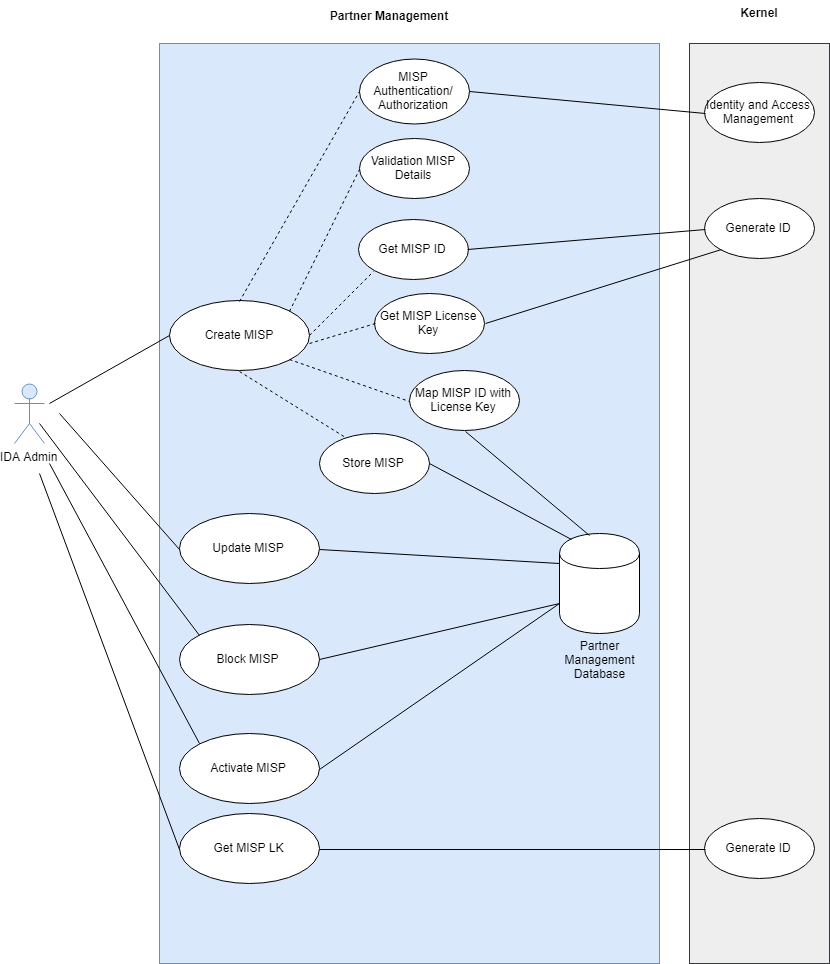
ssenmosip/mosip-temp-documentation keeps this draw.io diagram as _images/arch_diagrams/PMMISPMgmt.png. Above is the earlier version. Source tidied: cells renumbered, new cells last; positions are measured from the earlier drawing's top-left corner, leaving out a move shared by most shapes. Source of this version:
```xml
<mxGraphModel>
  <root>
    <mxCell id="0" />
    <mxCell id="1" parent="0" />
    <mxCell id="2" style="html=1;fillColor=#dae8fc;strokeColor=#6c8ebf;" parent="1" vertex="1">
      <mxGeometry x="145" y="43" width="500" height="920" as="geometry" />
    </mxCell>
    <mxCell id="3" value="IDA Admin" style="shape=umlActor;verticalLabelPosition=bottom;labelBackgroundColor=#ffffff;verticalAlign=top;html=1;fillColor=#dae8fc;strokeColor=#6c8ebf;" parent="1" vertex="1">
      <mxGeometry y="383" width="30" height="60" as="geometry" />
    </mxCell>
    <mxCell id="4" value="Partner Management" style="text;align=center;fontStyle=1;verticalAlign=middle;spacingLeft=3;spacingRight=3;strokeColor=none;" parent="1" vertex="1">
      <mxGeometry x="335" y="3" width="80" height="26" as="geometry" />
    </mxCell>
    <mxCell id="5" value="Create MISP" style="ellipse;whiteSpace=wrap;html=1;" parent="1" vertex="1">
      <mxGeometry x="155" y="300" width="140" height="70" as="geometry" />
    </mxCell>
    <mxCell id="6" style="endArrow=none;html=1;entryX=0;entryY=0.5;entryDx=0;entryDy=0;" parent="1" edge="1" target="5">
      <mxGeometry relative="1" as="geometry">
        <mxPoint x="35" y="403" as="sourcePoint" />
      </mxGeometry>
    </mxCell>
    <mxCell id="7" value="MISP Authentication/&lt;br&gt;Authorization&lt;br&gt;" style="ellipse;whiteSpace=wrap;html=1;" parent="1" vertex="1">
      <mxGeometry x="345" y="58" width="110" height="65" as="geometry" />
    </mxCell>
    <mxCell id="8" value="Validation MISP Details&lt;br&gt;" style="ellipse;whiteSpace=wrap;html=1;rotation=0;" parent="1" vertex="1">
      <mxGeometry x="345" y="138" width="110" height="60" as="geometry" />
    </mxCell>
    <mxCell id="9" value="Get MISP ID&lt;br&gt;" style="ellipse;whiteSpace=wrap;html=1;rotation=0;" parent="1" vertex="1">
      <mxGeometry x="343.5" y="219" width="110" height="60" as="geometry" />
    </mxCell>
    <mxCell id="10" value="Get MISP License Key&lt;br&gt;" style="ellipse;whiteSpace=wrap;html=1;rotation=0;" parent="1" vertex="1">
      <mxGeometry x="360" y="293" width="110" height="60" as="geometry" />
    </mxCell>
    <mxCell id="11" value="Map MISP ID with License Key&lt;br&gt;" style="ellipse;whiteSpace=wrap;html=1;rotation=0;" parent="1" vertex="1">
      <mxGeometry x="395" y="370" width="110" height="60" as="geometry" />
    </mxCell>
    <mxCell id="12" style="endArrow=none;dashed=1;html=1;exitX=0.5;exitY=0;exitDx=0;exitDy=0;entryX=0;entryY=0.5;entryDx=0;entryDy=0;" parent="1" edge="1" source="5" target="7">
      <mxGeometry relative="1" as="geometry" />
    </mxCell>
    <mxCell id="13" style="endArrow=none;dashed=1;html=1;exitX=1;exitY=0;exitDx=0;exitDy=0;entryX=0;entryY=0.5;entryDx=0;entryDy=0;" parent="1" edge="1" source="5" target="8">
      <mxGeometry relative="1" as="geometry" />
    </mxCell>
    <mxCell id="14" style="endArrow=none;dashed=1;html=1;exitX=1;exitY=0.5;exitDx=0;exitDy=0;entryX=0;entryY=1;entryDx=0;entryDy=0;" parent="1" edge="1" source="5" target="9">
      <mxGeometry relative="1" as="geometry" />
    </mxCell>
    <mxCell id="15" style="endArrow=none;dashed=1;html=1;entryX=0;entryY=0.5;entryDx=0;entryDy=0;" parent="1" edge="1" target="10">
      <mxGeometry relative="1" as="geometry">
        <mxPoint x="295" y="343" as="sourcePoint" />
      </mxGeometry>
    </mxCell>
    <mxCell id="16" style="endArrow=none;dashed=1;html=1;exitX=1;exitY=1;exitDx=0;exitDy=0;entryX=0;entryY=0.5;entryDx=0;entryDy=0;" parent="1" edge="1" source="5" target="11">
      <mxGeometry relative="1" as="geometry" />
    </mxCell>
    <mxCell id="17" value="Block MISP&amp;nbsp;" style="ellipse;whiteSpace=wrap;html=1;" parent="1" vertex="1">
      <mxGeometry x="165" y="624" width="140" height="70" as="geometry" />
    </mxCell>
    <mxCell id="18" value="Activate MISP" style="ellipse;whiteSpace=wrap;html=1;" parent="1" vertex="1">
      <mxGeometry x="165" y="733" width="140" height="70" as="geometry" />
    </mxCell>
    <mxCell id="19" value="Get MISP LK" style="ellipse;whiteSpace=wrap;html=1;" parent="1" vertex="1">
      <mxGeometry x="165" y="813" width="140" height="70" as="geometry" />
    </mxCell>
    <mxCell id="20" style="shape=cylinder;whiteSpace=wrap;html=1;boundedLbl=1;backgroundOutline=1;" parent="1" vertex="1">
      <mxGeometry x="545" y="533" width="80" height="100" as="geometry" />
    </mxCell>
    <mxCell id="21" style="endArrow=none;html=1;exitX=0;exitY=0.7;exitDx=0;exitDy=0;entryX=1;entryY=0.5;entryDx=0;entryDy=0;" parent="1" edge="1" source="20" target="17">
      <mxGeometry relative="1" as="geometry" />
    </mxCell>
    <mxCell id="22" style="endArrow=none;html=1;entryX=0;entryY=0;entryDx=0;entryDy=0;" parent="1" edge="1" target="17">
      <mxGeometry relative="1" as="geometry">
        <mxPoint x="25" y="423" as="sourcePoint" />
      </mxGeometry>
    </mxCell>
    <mxCell id="23" style="endArrow=none;html=1;entryX=0;entryY=0;entryDx=0;entryDy=0;" parent="1" edge="1" target="18">
      <mxGeometry relative="1" as="geometry">
        <mxPoint x="35" y="463" as="sourcePoint" />
      </mxGeometry>
    </mxCell>
    <mxCell id="24" style="endArrow=none;html=1;entryX=0;entryY=0.5;entryDx=0;entryDy=0;" parent="1" edge="1" target="19">
      <mxGeometry relative="1" as="geometry">
        <mxPoint x="25" y="473" as="sourcePoint" />
      </mxGeometry>
    </mxCell>
    <mxCell id="25" value="Partner Management &lt;br&gt;Database" style="text;html=1;strokeColor=none;fillColor=none;align=center;verticalAlign=middle;whiteSpace=wrap;rounded=0;" parent="1" vertex="1">
      <mxGeometry x="565" y="649" width="40" height="20" as="geometry" />
    </mxCell>
    <mxCell id="26" style="endArrow=none;html=1;entryX=1;entryY=0.5;entryDx=0;entryDy=0;" parent="1" edge="1" target="18">
      <mxGeometry relative="1" as="geometry">
        <mxPoint x="545" y="603" as="sourcePoint" />
      </mxGeometry>
    </mxCell>
    <mxCell id="27" value="Update MISP" style="ellipse;whiteSpace=wrap;html=1;" parent="1" vertex="1">
      <mxGeometry x="165" y="513" width="140" height="70" as="geometry" />
    </mxCell>
    <mxCell id="28" style="endArrow=none;html=1;entryX=0;entryY=0.5;entryDx=0;entryDy=0;" parent="1" edge="1" target="27">
      <mxGeometry relative="1" as="geometry">
        <mxPoint x="45" y="413" as="sourcePoint" />
      </mxGeometry>
    </mxCell>
    <mxCell id="29" style="endArrow=none;html=1;exitX=0;exitY=0.3;exitDx=0;exitDy=0;entryX=1;entryY=0.5;entryDx=0;entryDy=0;" parent="1" edge="1" source="20" target="27">
      <mxGeometry relative="1" as="geometry" />
    </mxCell>
    <mxCell id="30" style="rounded=0;whiteSpace=wrap;html=1;fillColor=#eeeeee;strokeColor=#36393d;" parent="1" vertex="1">
      <mxGeometry x="675" y="43" width="140" height="920" as="geometry" />
    </mxCell>
    <mxCell id="31" value="Kernel" style="text;align=center;fontStyle=1;verticalAlign=middle;spacingLeft=3;spacingRight=3;strokeColor=none;" parent="1" vertex="1">
      <mxGeometry x="705" width="80" height="26" as="geometry" />
    </mxCell>
    <mxCell id="32" value="Generate ID&lt;br&gt;" style="ellipse;whiteSpace=wrap;html=1;rotation=0;" parent="1" vertex="1">
      <mxGeometry x="690" y="198" width="110" height="60" as="geometry" />
    </mxCell>
    <mxCell id="33" style="endArrow=none;html=1;exitX=0;exitY=0.5;exitDx=0;exitDy=0;entryX=1;entryY=0.5;entryDx=0;entryDy=0;" parent="1" edge="1" source="32" target="9">
      <mxGeometry relative="1" as="geometry" />
    </mxCell>
    <mxCell id="34" value="Identity and Access Management&lt;br&gt;" style="ellipse;whiteSpace=wrap;html=1;rotation=0;" parent="1" vertex="1">
      <mxGeometry x="690" y="82" width="110" height="60" as="geometry" />
    </mxCell>
    <mxCell id="35" style="endArrow=none;html=1;exitX=0;exitY=0.5;exitDx=0;exitDy=0;entryX=1;entryY=0.5;entryDx=0;entryDy=0;" parent="1" edge="1" source="34" target="7">
      <mxGeometry relative="1" as="geometry" />
    </mxCell>
    <mxCell id="36" value="Store MISP&lt;br&gt;" style="ellipse;whiteSpace=wrap;html=1;rotation=0;" parent="1" vertex="1">
      <mxGeometry x="305" y="433" width="110" height="60" as="geometry" />
    </mxCell>
    <mxCell id="37" style="endArrow=none;dashed=1;html=1;exitX=0.5;exitY=1;exitDx=0;exitDy=0;entryX=0.239;entryY=0.059;entryDx=0;entryDy=0;entryPerimeter=0;" parent="1" edge="1" source="5" target="36">
      <mxGeometry relative="1" as="geometry" />
    </mxCell>
    <mxCell id="38" style="endArrow=none;html=1;exitX=0.15;exitY=0.05;exitDx=0;exitDy=0;entryX=1;entryY=0.5;entryDx=0;entryDy=0;exitPerimeter=0;" parent="1" edge="1" source="20" target="36">
      <mxGeometry relative="1" as="geometry" />
    </mxCell>
    <mxCell id="39" style="endArrow=none;html=1;exitX=0;exitY=1;exitDx=0;exitDy=0;entryX=1;entryY=0.5;entryDx=0;entryDy=0;" parent="1" edge="1" source="32" target="10">
      <mxGeometry relative="1" as="geometry" />
    </mxCell>
    <mxCell id="40" value="Generate ID&lt;br&gt;" style="ellipse;whiteSpace=wrap;html=1;rotation=0;" parent="1" vertex="1">
      <mxGeometry x="690" y="818" width="110" height="60" as="geometry" />
    </mxCell>
    <mxCell id="41" style="endArrow=none;html=1;exitX=0;exitY=0.5;exitDx=0;exitDy=0;entryX=1;entryY=0.5;entryDx=0;entryDy=0;" parent="1" edge="1" source="40" target="19">
      <mxGeometry relative="1" as="geometry" />
    </mxCell>
    <mxCell id="42" style="endArrow=none;html=1;exitX=0.377;exitY=0.016;exitDx=0;exitDy=0;entryX=0.5;entryY=1;entryDx=0;entryDy=0;exitPerimeter=0;" parent="1" edge="1" source="20" target="11">
      <mxGeometry relative="1" as="geometry" />
    </mxCell>
  </root>
</mxGraphModel>
```
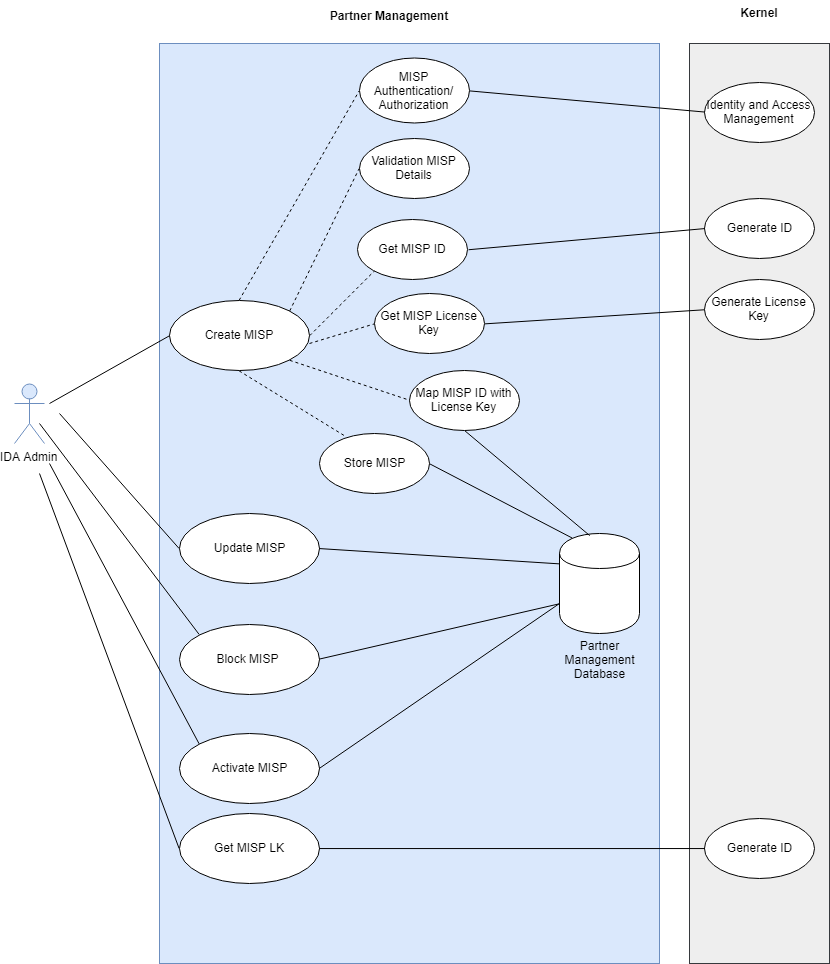
After the commit.

Diff of the diagram source:
```diff
@@ -127,7 +127,7 @@
     <mxCell id="38" style="endArrow=none;html=1;exitX=0.15;exitY=0.05;exitDx=0;exitDy=0;entryX=1;entryY=0.5;entryDx=0;entryDy=0;exitPerimeter=0;" parent="1" edge="1" source="20" target="36">
       <mxGeometry relative="1" as="geometry" />
     </mxCell>
-    <mxCell id="39" style="endArrow=none;html=1;exitX=0;exitY=1;exitDx=0;exitDy=0;entryX=1;entryY=0.5;entryDx=0;entryDy=0;" parent="1" edge="1" source="32" target="10">
+    <mxCell id="39" style="endArrow=none;html=1;exitX=0;exitY=0.5;exitDx=0;exitDy=0;entryX=1;entryY=0.5;entryDx=0;entryDy=0;" parent="1" edge="1" source="43" target="10">
       <mxGeometry relative="1" as="geometry" />
     </mxCell>
     <mxCell id="40" value="Generate ID&lt;br&gt;" style="ellipse;whiteSpace=wrap;html=1;rotation=0;" parent="1" vertex="1">
@@ -139,5 +139,8 @@
     <mxCell id="42" style="endArrow=none;html=1;exitX=0.377;exitY=0.016;exitDx=0;exitDy=0;entryX=0.5;entryY=1;entryDx=0;entryDy=0;exitPerimeter=0;" parent="1" edge="1" source="20" target="11">
       <mxGeometry relative="1" as="geometry" />
     </mxCell>
+    <mxCell id="43" value="Generate License Key&lt;br&gt;" style="ellipse;whiteSpace=wrap;html=1;rotation=0;" parent="1" vertex="1">
+      <mxGeometry x="690" y="279" width="110" height="60" as="geometry" />
+    </mxCell>
   </root>
 </mxGraphModel>
```
